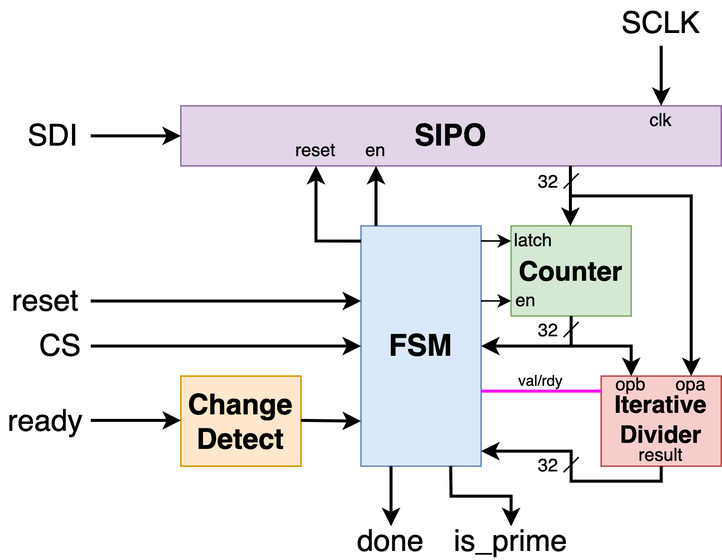
The draw.io diagram assets/diagram.png in Aidan-McNay/16B-PrimeDetection, before a commit. Source tidied: cells renumbered, new cells last; positions are measured from the earlier drawing's top-left corner, leaving out a move shared by most shapes.
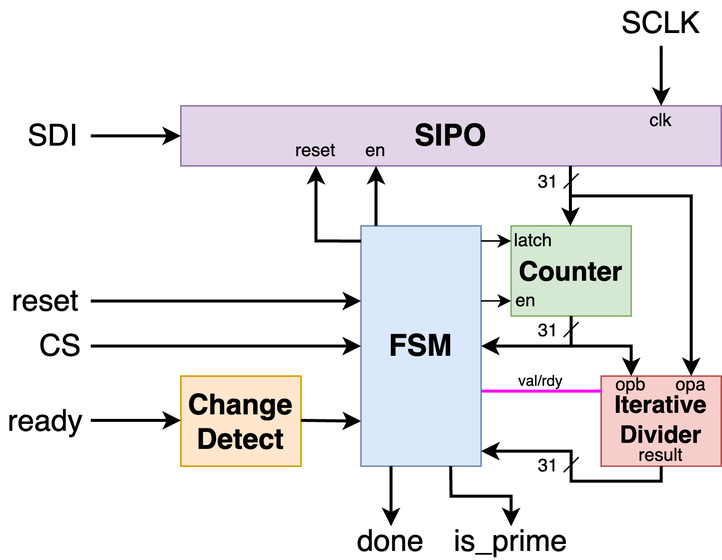
Later version of the same file.

Change to the diagram source:
```diff
@@ -99,7 +99,7 @@
         <mxPoint x="385" y="115" as="targetPoint" />
       </mxGeometry>
     </mxCell>
-    <mxCell id="24" value="32" style="text;html=1;strokeColor=none;fillColor=none;align=center;verticalAlign=middle;whiteSpace=wrap;rounded=0;" parent="1" vertex="1">
+    <mxCell id="24" value="31" style="text;html=1;strokeColor=none;fillColor=none;align=center;verticalAlign=middle;whiteSpace=wrap;rounded=0;" parent="1" vertex="1">
       <mxGeometry x="350" y="111" width="30" height="20" as="geometry" />
     </mxCell>
     <mxCell id="25" value="en" style="text;html=1;strokeColor=none;fillColor=none;align=center;verticalAlign=middle;whiteSpace=wrap;rounded=0;" parent="1" vertex="1">
@@ -134,7 +134,7 @@
         </Array>
       </mxGeometry>
     </mxCell>
-    <mxCell id="30" value="32" style="text;html=1;strokeColor=none;fillColor=none;align=center;verticalAlign=middle;whiteSpace=wrap;rounded=0;" parent="1" vertex="1">
+    <mxCell id="30" value="31" style="text;html=1;strokeColor=none;fillColor=none;align=center;verticalAlign=middle;whiteSpace=wrap;rounded=0;" parent="1" vertex="1">
       <mxGeometry x="350" y="210" width="30" height="20" as="geometry" />
     </mxCell>
     <mxCell id="31" style="endArrow=none;html=1;rounded=0;" parent="1" edge="1">
@@ -191,7 +191,7 @@
         </Array>
       </mxGeometry>
     </mxCell>
-    <mxCell id="41" value="32" style="text;html=1;strokeColor=none;fillColor=none;align=center;verticalAlign=middle;whiteSpace=wrap;rounded=0;" parent="1" vertex="1">
+    <mxCell id="41" value="31" style="text;html=1;strokeColor=none;fillColor=none;align=center;verticalAlign=middle;whiteSpace=wrap;rounded=0;" parent="1" vertex="1">
       <mxGeometry x="350" y="300" width="30" height="20" as="geometry" />
     </mxCell>
     <mxCell id="42" style="endArrow=none;html=1;rounded=0;" parent="1" edge="1">
```
